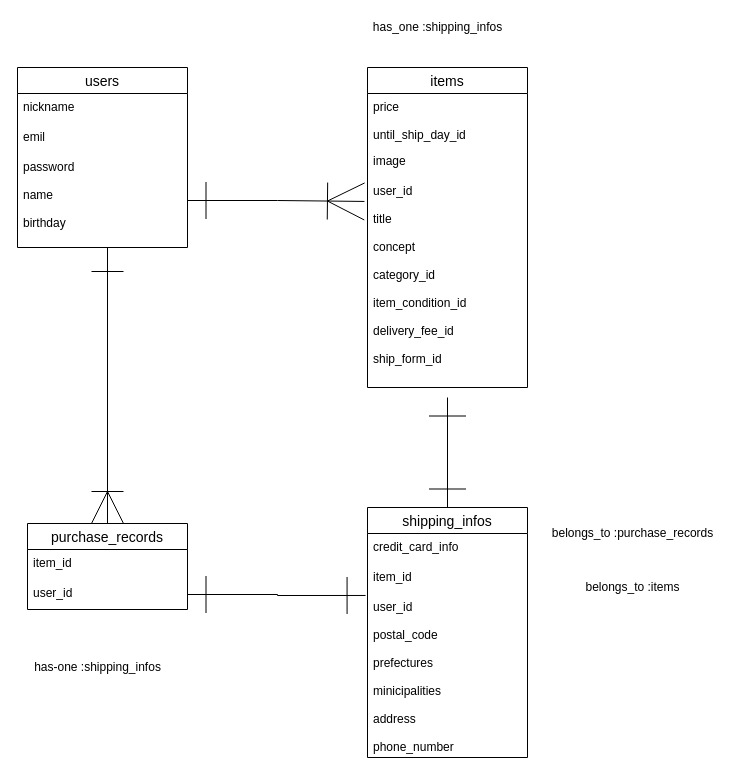
kobakoba1/furima-34300 keeps this draw.io diagram as ER.dio. Above is the earlier version. Source tidied: cells renumbered, new cells numbered last; positions are measured from the earlier drawing's top-left corner, leaving out a move shared by most shapes. Both pictures are drawn from the tidied source at 100%, with x=0, y=0 at pixel (17, 17).
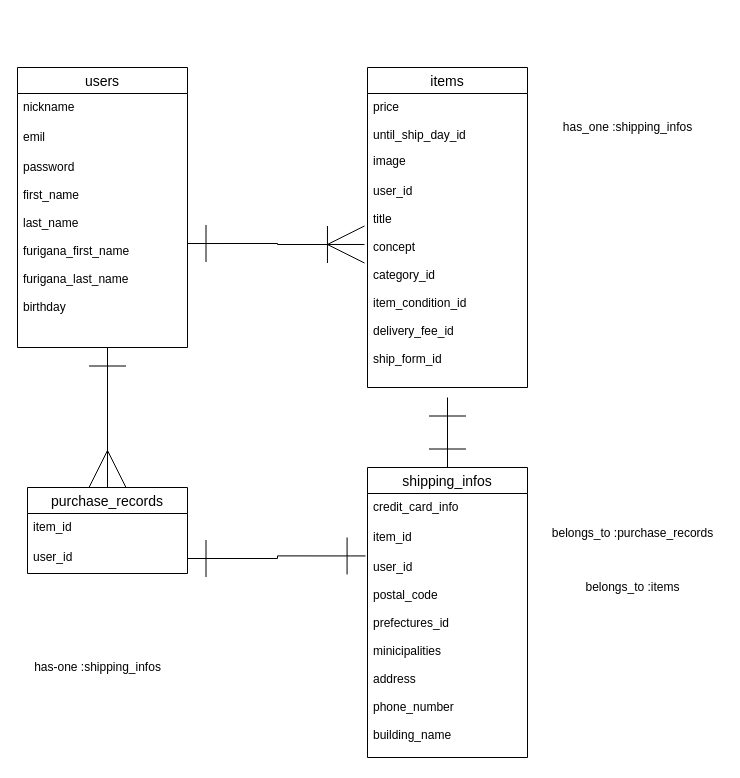
After the change.

The change refers to these unchanged cells:
```xml
<mxCell id="10" value="user_id&#10;&#10;title&#10;&#10;concept&#10;&#10;category_id&#10;&#10;item_condition_id&#10;&#10;delivery_fee_id&#10;&#10;ship_form_id&#10;" style="text;strokeColor=none;fillColor=none;spacingLeft=4;spacingRight=4;overflow=hidden;points=[[0,0.5],[1,0.5]];portConstraint=eastwest;fontSize=12;" parent="7" vertex="1">
  <mxGeometry y="110" width="160" height="210" as="geometry" />
</mxCell>
```

What changed in the source:
```diff
@@
-    <mxCell id="2" style="edgeStyle=orthogonalEdgeStyle;rounded=0;jettySize=auto;html=1;entryX=0.5;entryY=0;entryDx=0;entryDy=0;startArrow=ERone;startFill=0;endArrow=ERoneToMany;endFill=0;startSize=30;endSize=30;targetPerimeterSpacing=0;" parent="1" edge="1" target="11">
-      <mxGeometry relative="1" as="geometry">
-        <mxPoint x="90" y="270" as="sourcePoint" />
-        <Array as="points">
-          <mxPoint x="90" y="230" />
-          <mxPoint x="90" y="230" />
-        </Array>
-      </mxGeometry>
-    </mxCell>
     <mxCell id="3" value="users" style="swimlane;fontStyle=0;horizontal=1;startSize=26;align=center;fontSize=14;" parent="1" vertex="1">
-      <mxGeometry y="50" width="170" height="180" as="geometry" />
+      <mxGeometry y="50" width="170" height="280" as="geometry" />
     </mxCell>
@@
-    <mxCell id="6" value="password&#10;&#10;name&#10;&#10;birthday" style="text;strokeColor=none;fillColor=none;spacingLeft=4;spacingRight=4;overflow=hidden;points=[[0,0.5],[1,0.5]];portConstraint=eastwest;fontSize=12;" parent="3" vertex="1">
-      <mxGeometry y="86" width="170" height="94" as="geometry" />
+    <mxCell id="6" value="password&#10;&#10;first_name&#10;&#10;last_name&#10;&#10;furigana_first_name&#10;&#10;furigana_last_name&#10;&#10;birthday" style="text;strokeColor=none;fillColor=none;spacingLeft=4;spacingRight=4;overflow=hidden;points=[[0,0.5],[1,0.5]];portConstraint=eastwest;fontSize=12;" parent="3" vertex="1">
+      <mxGeometry y="86" width="170" height="194" as="geometry" />
     </mxCell>
@@
+    <mxCell id="25" style="edgeStyle=orthogonalEdgeStyle;rounded=0;jettySize=auto;html=1;exitX=0.5;exitY=0;exitDx=0;exitDy=0;startArrow=ERmany;startFill=0;endArrow=ERone;endFill=0;startSize=35;endSize=35;sourcePerimeterSpacing=17;targetPerimeterSpacing=33;" parent="1" edge="1" source="11">
+      <mxGeometry relative="1" as="geometry">
+        <mxPoint x="90" y="330" as="targetPoint" />
+      </mxGeometry>
+    </mxCell>
     <mxCell id="11" value="purchase_records" style="swimlane;fontStyle=0;horizontal=1;startSize=26;align=center;fontSize=14;" parent="1" vertex="1">
-      <mxGeometry x="10" y="506" width="160" height="86" as="geometry" />
+      <mxGeometry x="10" y="470" width="160" height="86" as="geometry" />
     </mxCell>
@@
     <mxCell id="15" value="shipping_infos" style="swimlane;fontStyle=0;horizontal=1;startSize=26;align=center;fontSize=14;" parent="1" vertex="1">
-      <mxGeometry x="350" y="490" width="160" height="250" as="geometry" />
+      <mxGeometry x="350" y="450" width="160" height="290" as="geometry" />
     </mxCell>
@@
-    <mxCell id="18" value="user_id&#10;&#10;postal_code&#10;&#10;prefectures&#10;&#10;minicipalities&#10;&#10;address&#10;&#10;phone_number" style="text;strokeColor=none;fillColor=none;spacingLeft=4;spacingRight=4;overflow=hidden;points=[[0,0.5],[1,0.5]];portConstraint=eastwest;fontSize=12;" parent="15" vertex="1">
-      <mxGeometry y="86" width="160" height="164" as="geometry" />
+    <mxCell id="18" value="user_id&#10;&#10;postal_code&#10;&#10;prefectures_id&#10;&#10;minicipalities&#10;&#10;address&#10;&#10;phone_number&#10;&#10;building_name" style="text;strokeColor=none;fillColor=none;spacingLeft=4;spacingRight=4;overflow=hidden;points=[[0,0.5],[1,0.5]];portConstraint=eastwest;fontSize=12;" parent="15" vertex="1">
+      <mxGeometry y="86" width="160" height="204" as="geometry" />
     </mxCell>
@@
-    <mxCell id="21" style="edgeStyle=orthogonalEdgeStyle;rounded=0;jettySize=auto;html=1;exitX=1;exitY=0.5;exitDx=0;exitDy=0;entryX=-0.019;entryY=0.114;entryDx=0;entryDy=0;entryPerimeter=0;startArrow=ERone;startFill=0;endArrow=ERoneToMany;endFill=0;startSize=35;endSize=35;sourcePerimeterSpacing=17;targetPerimeterSpacing=33;" parent="1" edge="1" source="6" target="10">
-      <mxGeometry relative="1" as="geometry" />
-    </mxCell>
@@
     <mxCell id="23" value="has_one :shipping_infos" style="text;html=1;align=center;verticalAlign=middle;strokeColor=none;" parent="1" vertex="1">
-      <mxGeometry x="350" width="140" height="20" as="geometry" />
+      <mxGeometry x="540" y="100" width="140" height="20" as="geometry" />
     </mxCell>
@@
+    <mxCell id="21" style="edgeStyle=orthogonalEdgeStyle;rounded=0;jettySize=auto;html=1;entryX=-0.019;entryY=0.319;entryDx=0;entryDy=0;entryPerimeter=0;startArrow=ERone;startFill=0;endArrow=ERoneToMany;endFill=0;startSize=35;endSize=35;sourcePerimeterSpacing=17;targetPerimeterSpacing=33;exitX=1;exitY=0.464;exitDx=0;exitDy=0;exitPerimeter=0;" parent="1" edge="1" source="6" target="10">
+      <mxGeometry relative="1" as="geometry" />
+    </mxCell>
```
